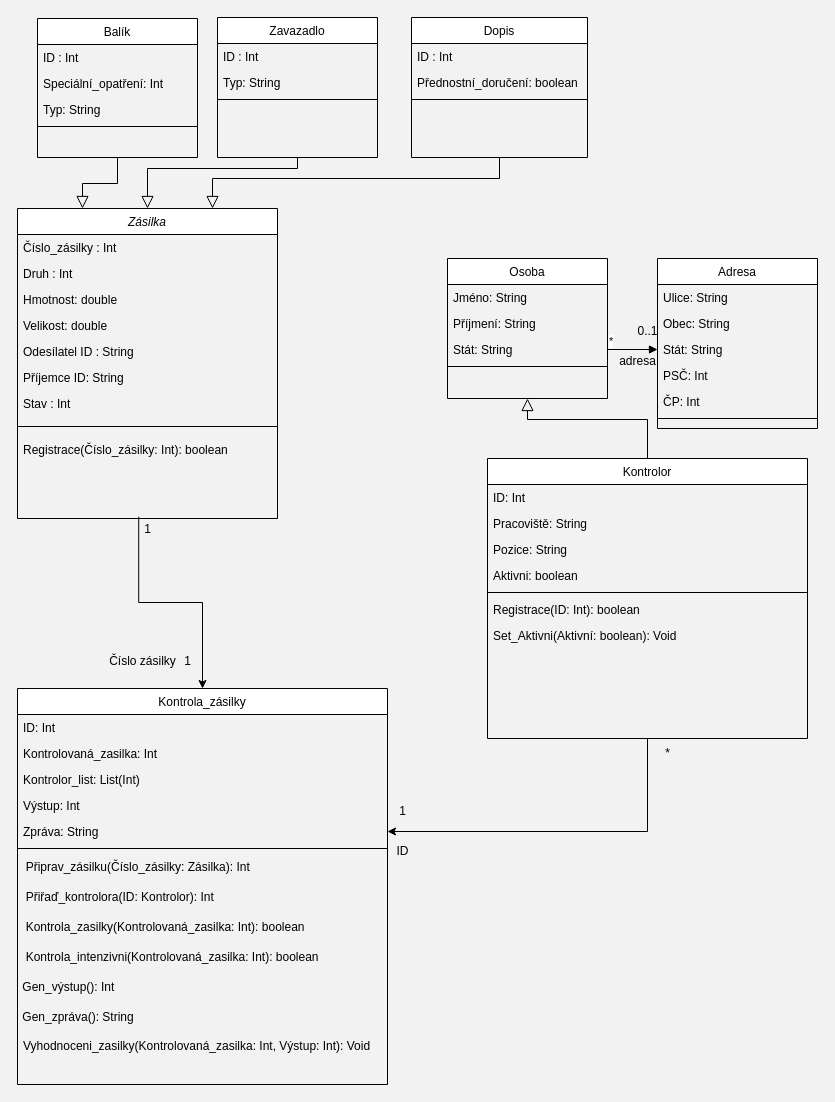
Hefik/IRS2 keeps this draw.io diagram as page "Page-1" (1 of 3) of tridy.drawio. Above is the earlier version. Source tidied: cells renumbered, new cells numbered last; positions are measured from the earlier drawing's top-left corner, leaving out a move shared by most shapes. Both pictures are drawn from the tidied source at 100%, with x=0, y=0 at pixel (17, 17).
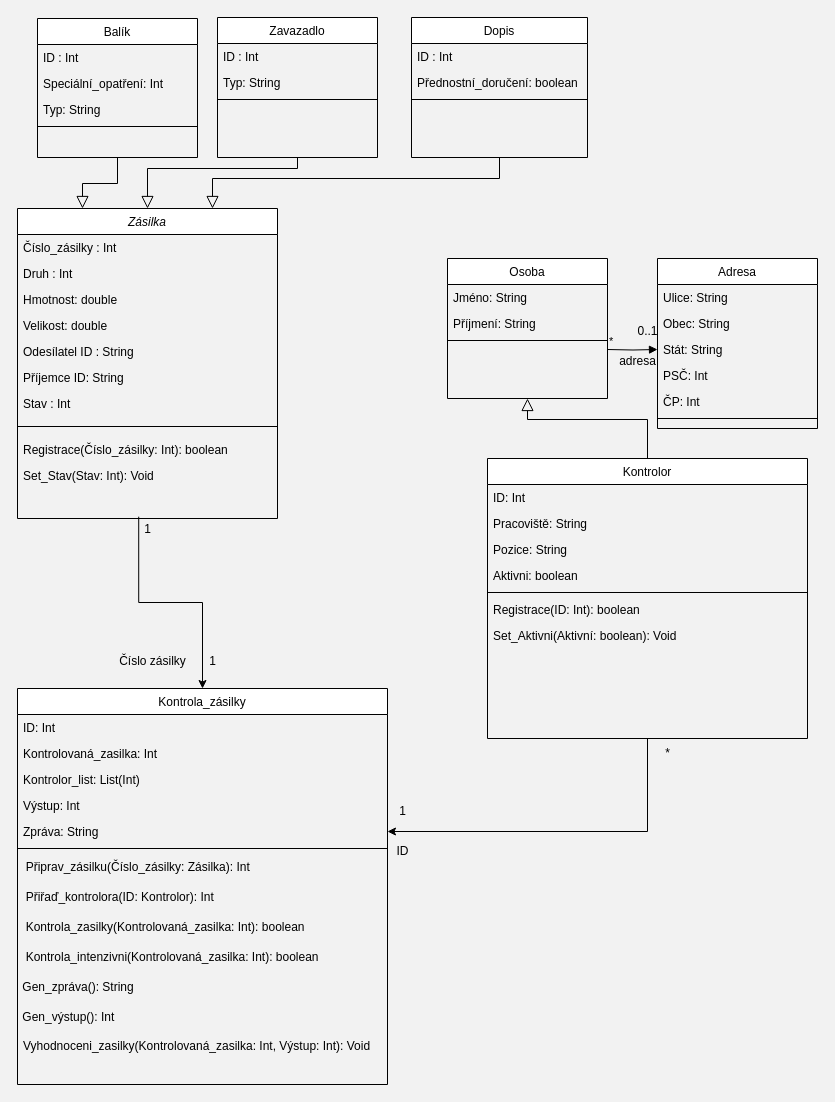
The same diagram, later.

Unchanged cells that the change refers to:
```xml
<mxCell id="2" value="Zásilka" style="swimlane;fontStyle=2;align=center;verticalAlign=top;horizontal=1;startSize=26;rounded=0;shadow=0;strokeWidth=1;" parent="1" vertex="1">
  <mxGeometry y="191" width="260" height="310" as="geometry" />
</mxCell>
<mxCell id="26" value="Stát: String" style="text;align=left;verticalAlign=top;spacingLeft=4;spacingRight=4;overflow=hidden;points=[[0,0.5],[1,0.5]];portConstraint=eastwest;rounded=0;shadow=0;html=0;" parent="23" vertex="1">
  <mxGeometry y="78" width="160" height="26" as="geometry" />
</mxCell>
<mxCell id="35" value="Osoba" style="swimlane;fontStyle=0;align=center;verticalAlign=top;horizontal=1;startSize=26;rounded=0;shadow=0;strokeWidth=1;fillStyle=auto;swimlaneLine=1;glass=0;" parent="1" vertex="1">
  <mxGeometry x="430" y="241" width="160" height="140" as="geometry" />
</mxCell>
<mxCell id="53" value="Kontrola_zásilky" style="swimlane;fontStyle=0;align=center;verticalAlign=top;horizontal=1;startSize=26;rounded=0;shadow=0;strokeWidth=1;fillStyle=auto;swimlaneLine=1;glass=0;" parent="1" vertex="1">
  <mxGeometry y="671" width="370" height="396" as="geometry" />
</mxCell>
```

The edit, as a diff of the source:
```diff
@@
+    <mxCell id="75" value="Set_Stav(Stav: Int): Void" style="text;align=left;verticalAlign=top;spacingLeft=4;spacingRight=4;overflow=hidden;" parent="2" vertex="1">
+      <mxGeometry y="254" width="260" height="26" as="geometry" />
+    </mxCell>
@@
-    <mxCell id="38" value="Stát: String" style="text;align=left;verticalAlign=top;spacingLeft=4;spacingRight=4;overflow=hidden;points=[[0,0.5],[1,0.5]];portConstraint=eastwest;rounded=0;shadow=0;html=0;" parent="35" vertex="1">
-      <mxGeometry y="78" width="160" height="26" as="geometry" />
-    </mxCell>
     <mxCell id="39" style="line;html=1;strokeWidth=1;align=left;verticalAlign=middle;spacingTop=-1;spacingLeft=3;spacingRight=3;labelPosition=right;" parent="35" vertex="1">
-      <mxGeometry y="104" width="160" height="8" as="geometry" />
+      <mxGeometry y="78" width="160" height="8" as="geometry" />
     </mxCell>
-    <mxCell id="40" style="endArrow=block;endFill=1;html=1;edgeStyle=orthogonalEdgeStyle;align=left;verticalAlign=top;rounded=0;exitX=1;exitY=0.5;exitDx=0;exitDy=0;entryX=0;entryY=0.5;entryDx=0;entryDy=0;" parent="1" edge="1" source="38" target="26">
-      <mxGeometry x="-1" relative="1" as="geometry" />
+    <mxCell id="40" style="endArrow=block;endFill=1;html=1;edgeStyle=orthogonalEdgeStyle;align=left;verticalAlign=top;rounded=0;exitX=1;exitY=0.5;exitDx=0;exitDy=0;entryX=0;entryY=0.5;entryDx=0;entryDy=0;" parent="1" edge="1" target="26">
+      <mxGeometry x="-1" relative="1" as="geometry">
+        <mxPoint x="590" y="332" as="sourcePoint" />
+      </mxGeometry>
     </mxCell>
-    <mxCell id="41" value="*&lt;br&gt;" style="edgeLabel;html=1;align=left;verticalAlign=bottom;" parent="40" vertex="1">
+    <mxCell id="41" value="*&lt;br&gt;" style="edgeLabel;html=1;align=left;verticalAlign=bottom;labelBackgroundColor=none;" parent="40" vertex="1">
       <mxGeometry x="-1" relative="1" as="geometry" />
     </mxCell>
@@
+    <mxCell id="65" value="&amp;nbsp;Gen_zpráva(): String" style="text;html=1;align=left;verticalAlign=middle;strokeColor=none;fillColor=none;" parent="53" vertex="1">
+      <mxGeometry y="284" width="370" height="30" as="geometry" />
+    </mxCell>
     <mxCell id="64" value="&amp;nbsp;Gen_výstup(): Int" style="text;html=1;align=left;verticalAlign=middle;strokeColor=none;fillColor=none;" parent="53" vertex="1">
-      <mxGeometry y="284" width="370" height="30" as="geometry" />
+      <mxGeometry y="314" width="370" height="30" as="geometry" />
     </mxCell>
-    <mxCell id="65" value="&amp;nbsp;Gen_zpráva(): String" style="text;html=1;align=left;verticalAlign=middle;strokeColor=none;fillColor=none;" parent="53" vertex="1">
-      <mxGeometry y="314" width="370" height="30" as="geometry" />
-    </mxCell>
@@
     <mxCell id="72" value="1" style="text;html=1;align=center;verticalAlign=middle;strokeColor=none;fillColor=none;" parent="1" vertex="1">
-      <mxGeometry x="155" y="629" width="30" height="30" as="geometry" />
+      <mxGeometry x="180" y="629" width="30" height="30" as="geometry" />
     </mxCell>
     <mxCell id="73" value="Číslo zásilky" style="text;html=1;align=center;verticalAlign=middle;strokeColor=none;fillColor=none;" parent="1" vertex="1">
-      <mxGeometry x="80" y="629" width="90" height="30" as="geometry" />
+      <mxGeometry x="90" y="629" width="90" height="30" as="geometry" />
     </mxCell>
```
